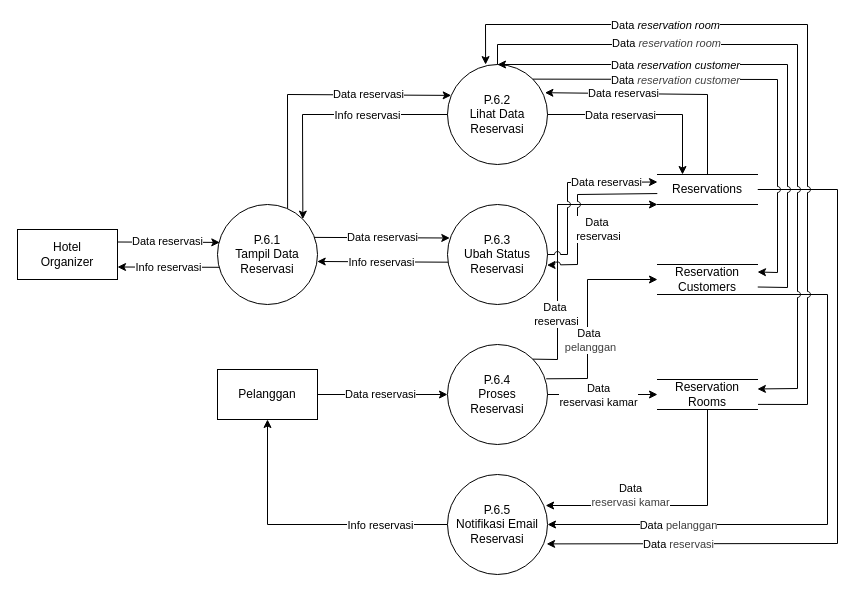
Above: diagram/dfd/level-1/p-6-proses-reservasi.drawio in Hans-Star18/ta-booking-system (draw.io), before the change. Source tidied: cells renumbered, new cells numbered last; positions are measured from the earlier drawing's top-left corner, leaving out a move shared by most shapes. Both pictures are drawn from the tidied source at 100%, with x=0, y=0 at pixel (17, 24).
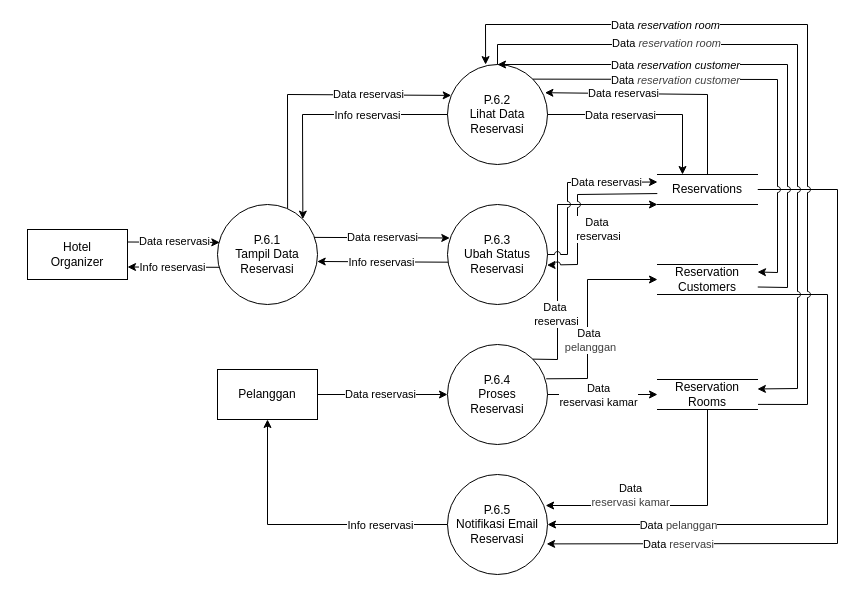
Above is the later version.

The edit, as a diff of the source:
```diff
@@
-<mxGraphModel>
+<mxGraphModel background="#ffffff">
@@
     <mxCell id="6" value="Hotel&lt;div&gt;Organizer&lt;/div&gt;" style="html=1;dashed=0;whiteSpace=wrap;" parent="1" vertex="1">
-      <mxGeometry y="205" width="100" height="50" as="geometry" />
+      <mxGeometry x="10" y="205" width="100" height="50" as="geometry" />
     </mxCell>
```
